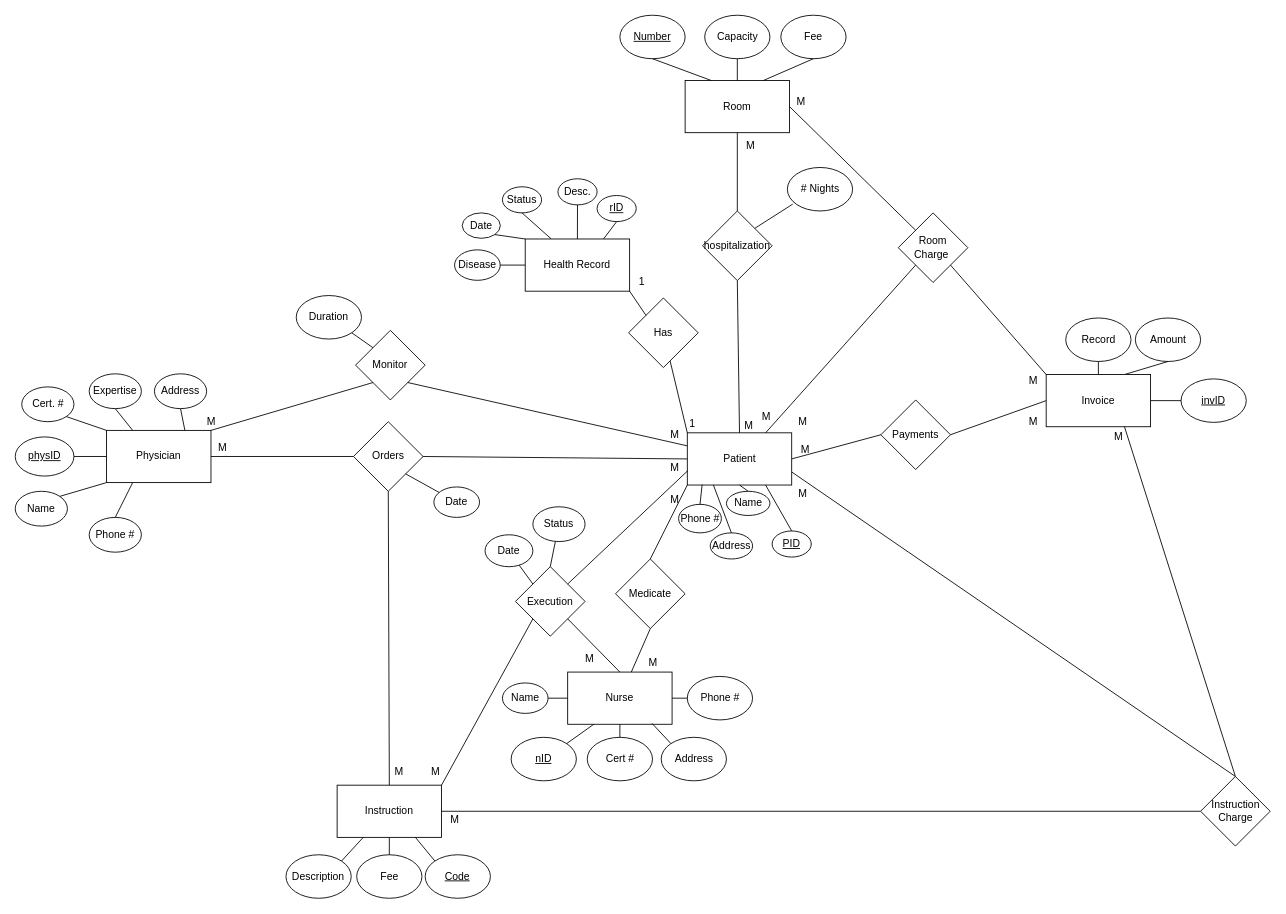
This is Diagrams/finalERD.drawio from RPetrov453/cs480FinalProject, a draw.io file, before an edit. Source tidied: cells renumbered, new cells numbered last; positions are measured from the earlier drawing's top-left corner, leaving out a move shared by most shapes. Both pictures are drawn from the tidied source at 87%, with x=0, y=0 at pixel (15, 15).
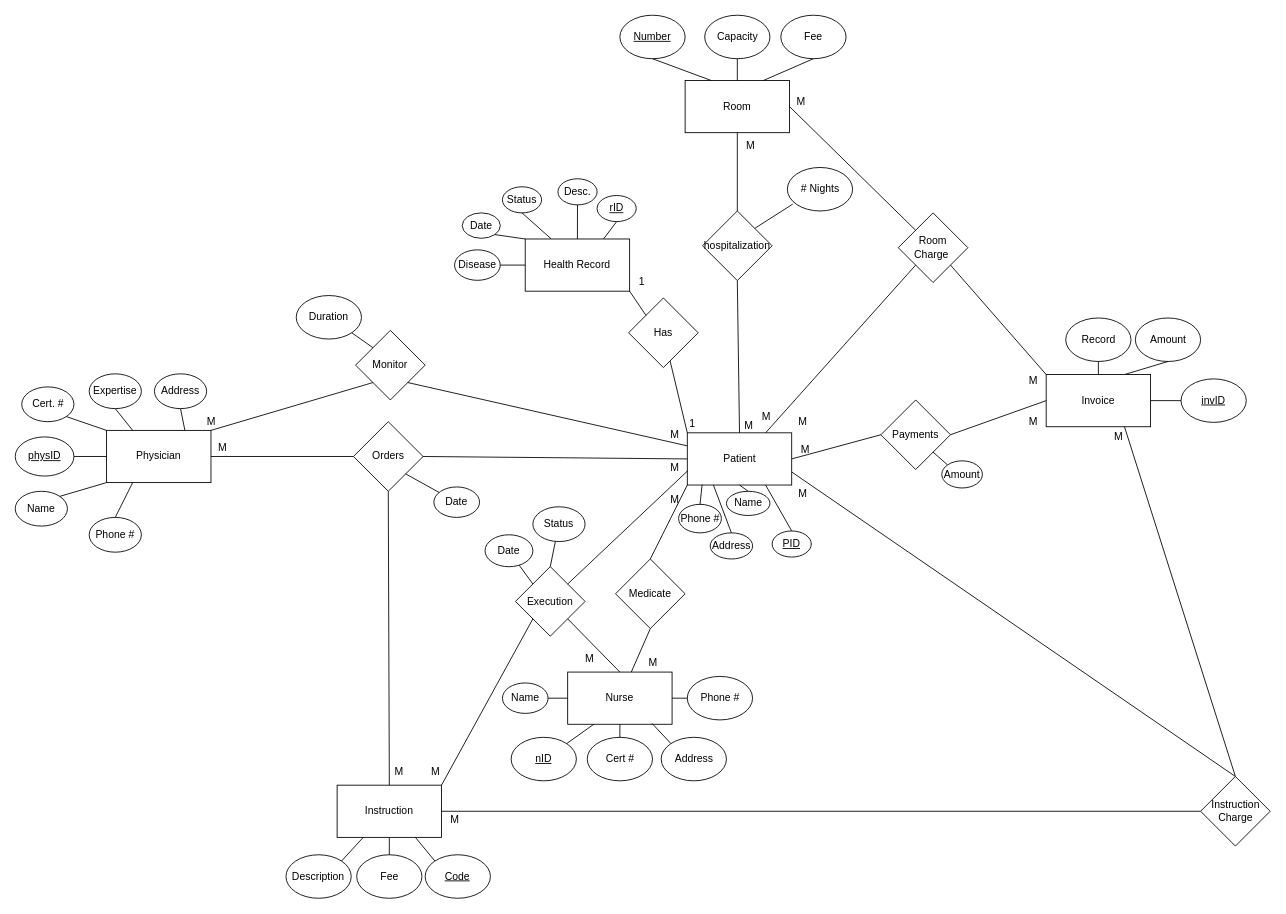
The same diagram, later.

Unchanged cells that the change refers to:
```xml
<mxCell id="77" value="Payments" style="rhombus;whiteSpace=wrap;html=1;" parent="1" vertex="1">
  <mxGeometry x="995" y="442.2" width="80" height="80" as="geometry" />
</mxCell>
```

The edit, as a diff of the source:
```diff
@@
+    <mxCell id="130" style="endArrow=none;html=1;rounded=0;entryX=1;entryY=1;entryDx=0;entryDy=0;exitX=0;exitY=0;exitDx=0;exitDy=0;" parent="1" edge="1" source="131" target="77">
+      <mxGeometry relative="1" as="geometry" />
+    </mxCell>
+    <mxCell id="131" value="Amount" style="ellipse;whiteSpace=wrap;html=1;" parent="1" vertex="1">
+      <mxGeometry x="1065" y="512.2" width="46.7" height="31.2" as="geometry" />
+    </mxCell>
```
